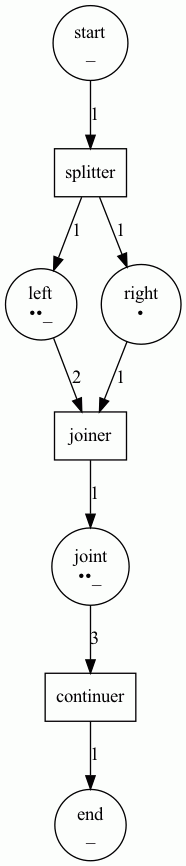
iandebeer/castanet keeps this Graphviz diagram as petrinet2.png. Above is the earlier version. Its source is kept beside it as petrinet2.dot. Source of this version:
```dot
digraph G {
1 [label="start\n_\n" shape=circle]
2 [label="left\n••_\n" shape=circle]
3 [label="right\n•\n" shape=circle]
4 [label="joint\n••_\n" shape=circle]
5 [label="end\n_\n" shape=circle]
6 [label="splitter" shape=box]
7 [label="joiner" shape=box]
8 [label="continuer" shape=box]

1 -> 6 [label="1" ]
2 -> 7 [label="2" ]
3 -> 7 [label="1" ]
4 -> 8 [label="3" ]
6 -> 2 [label="1" ]
6 -> 3 [label="1" ]
7 -> 4 [label="1" ]
8 -> 5 [label="1" ]
}
```
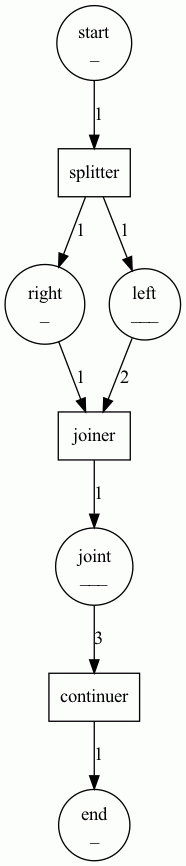
After the change.

Change to the diagram source:
```diff
@@ -1,19 +1,19 @@
 digraph G {
-1 [label="start\n_\n" shape=circle]
-2 [label="left\n••_\n" shape=circle]
-3 [label="right\n•\n" shape=circle]
-4 [label="joint\n••_\n" shape=circle]
-5 [label="end\n_\n" shape=circle]
+0 [label="right\n_\n" shape=circle]
+1 [label="left\n___\n" shape=circle]
+2 [label="end\n_\n" shape=circle]
+3 [label="continuer" shape=box]
+4 [label="joiner" shape=box]
+5 [label="start\n_\n" shape=circle]
 6 [label="splitter" shape=box]
-7 [label="joiner" shape=box]
-8 [label="continuer" shape=box]
+7 [label="joint\n___\n" shape=circle]
 
-1 -> 6 [label="1" ]
-2 -> 7 [label="2" ]
-3 -> 7 [label="1" ]
-4 -> 8 [label="3" ]
-6 -> 2 [label="1" ]
-6 -> 3 [label="1" ]
-7 -> 4 [label="1" ]
-8 -> 5 [label="1" ]
+0 -> 4 [label="1" ]
+1 -> 4 [label="2" ]
+3 -> 2 [label="1" ]
+4 -> 7 [label="1" ]
+5 -> 6 [label="1" ]
+6 -> 1 [label="1" ]
+6 -> 0 [label="1" ]
+7 -> 3 [label="3" ]
 }
```
